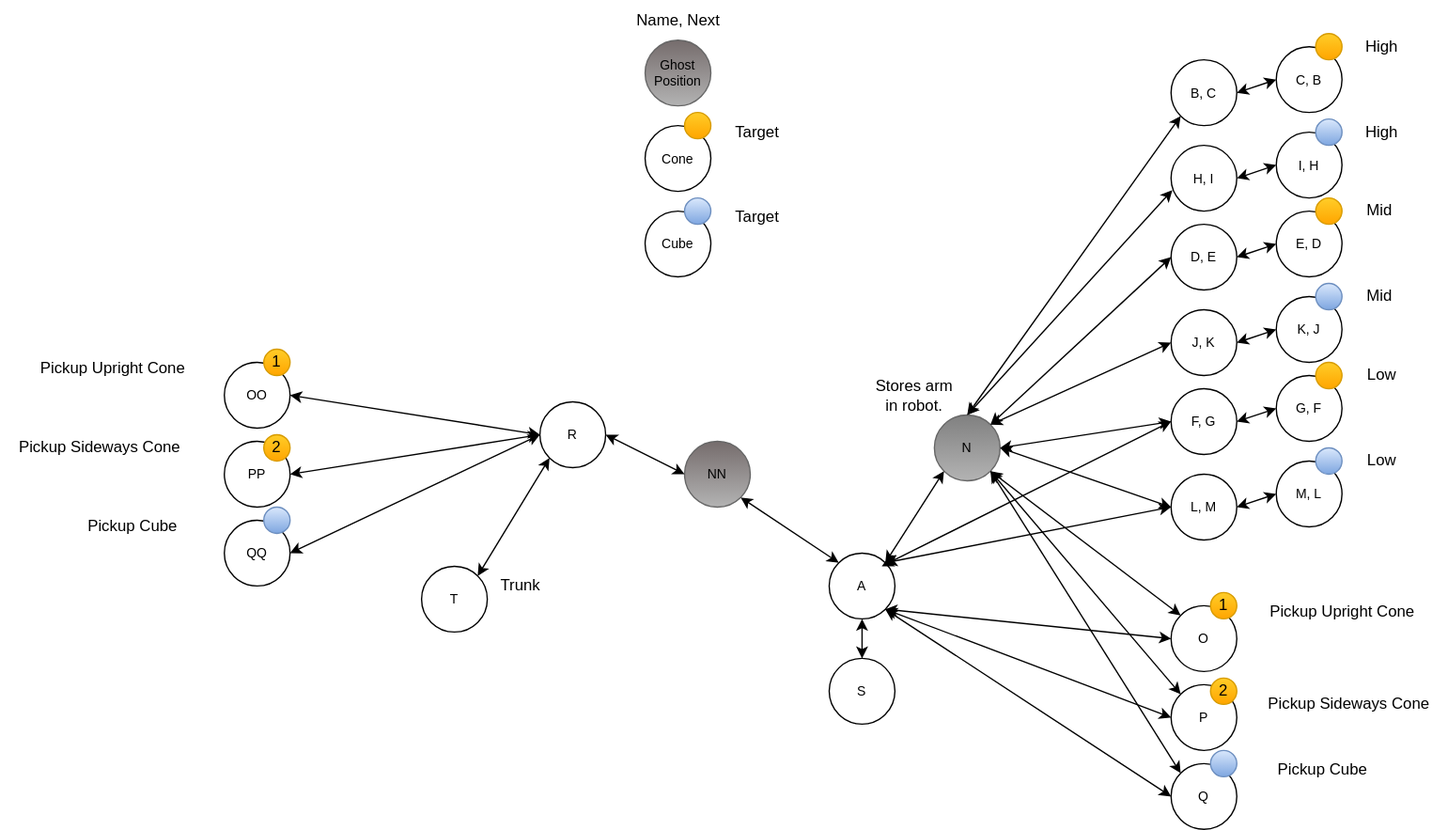
RossRambotics/2023-ChargedUp keeps this draw.io diagram as src/main/java/frc/robot/subsystems/Arm/arm.drawio.svg. Above is the earlier version. Source tidied: cells renumbered, new cells last; positions are measured from the earlier drawing's top-left corner, leaving out a move shared by most shapes.
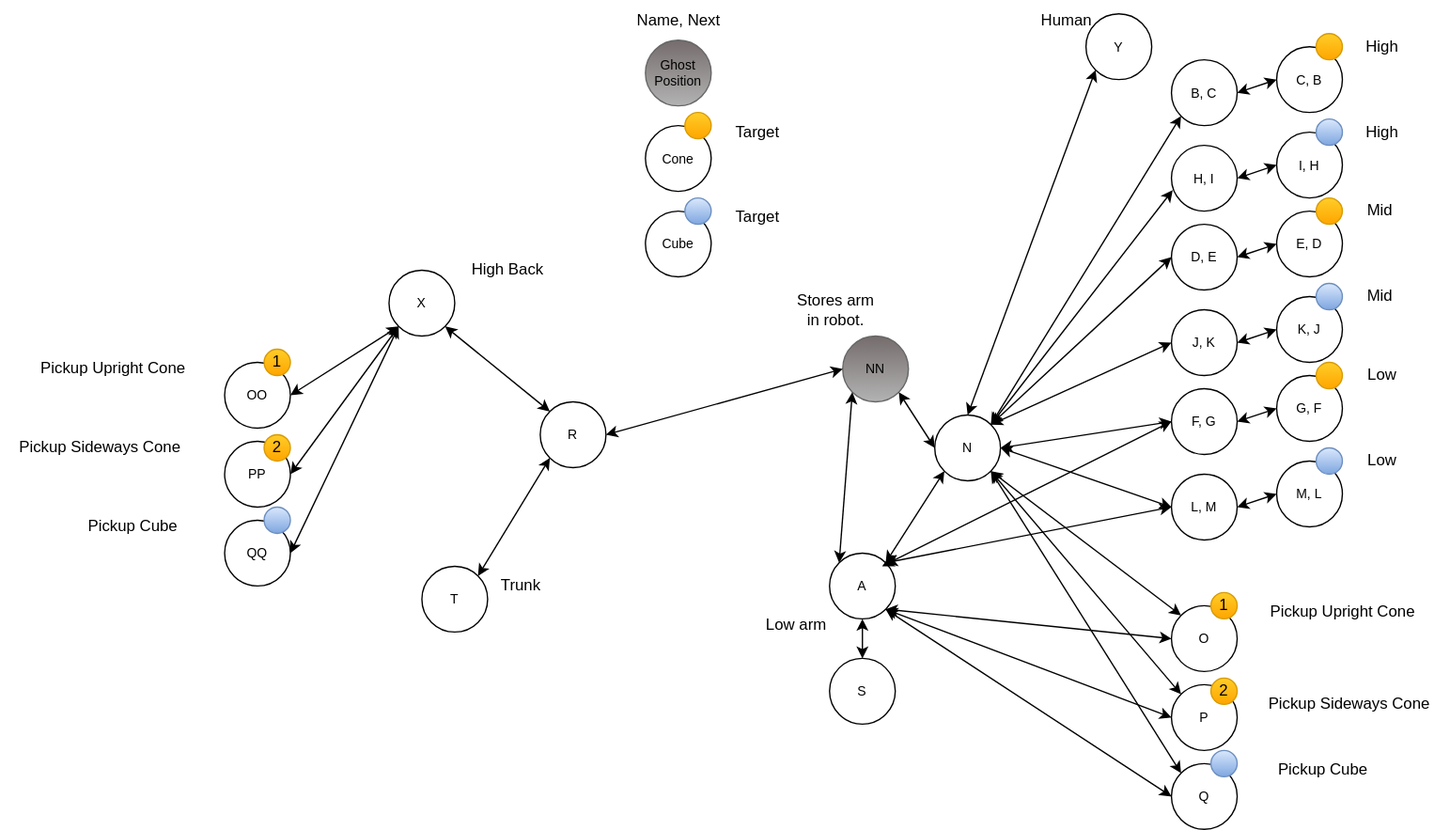
Above is the later version.

What changed in the source:
```diff
@@ -5,7 +5,7 @@
     <mxCell id="2" value="Name, Next&lt;br&gt;" style="text;html=1;align=center;verticalAlign=middle;strokeColor=none;fillColor=none;" parent="1" vertex="1">
       <mxGeometry x="470" width="90" height="30" as="geometry" />
     </mxCell>
-    <mxCell id="3" value="N" style="ellipse;whiteSpace=wrap;html=1;fontSize=10;fillColor=#808080;gradientColor=#b3b3b3;strokeColor=#666666;" parent="1" vertex="1">
+    <mxCell id="3" value="N" style="ellipse;whiteSpace=wrap;html=1;fontSize=10;" parent="1" vertex="1">
       <mxGeometry x="710" y="315" width="50" height="50" as="geometry" />
     </mxCell>
     <mxCell id="4" value="B, C" style="ellipse;whiteSpace=wrap;html=1;fontSize=10;" parent="1" vertex="1">
@@ -17,7 +17,7 @@
     <mxCell id="6" style="edgeStyle=none;html=1;exitX=0;exitY=0.5;exitDx=0;exitDy=0;entryX=1;entryY=0.5;entryDx=0;entryDy=0;fontSize=10;startArrow=classic;startFill=1;" parent="1" edge="1" source="5" target="4">
       <mxGeometry relative="1" as="geometry" />
     </mxCell>
-    <mxCell id="7" style="edgeStyle=none;html=1;exitX=0;exitY=1;exitDx=0;exitDy=0;entryX=0.5;entryY=0;entryDx=0;entryDy=0;fontSize=10;startArrow=classic;startFill=1;" parent="1" edge="1" source="4" target="3">
+    <mxCell id="7" style="edgeStyle=none;html=1;exitX=0;exitY=1;exitDx=0;exitDy=0;fontSize=10;startArrow=classic;startFill=1;entryX=1;entryY=0;entryDx=0;entryDy=0;" parent="1" edge="1" source="4" target="3">
       <mxGeometry relative="1" as="geometry" />
     </mxCell>
     <mxCell id="8" style="ellipse;whiteSpace=wrap;html=1;fillColor=#ffcd28;gradientColor=#ffa500;strokeColor=#d79b00;" parent="1" vertex="1">
@@ -56,12 +56,9 @@
     <mxCell id="19" value="Low" style="text;html=1;align=center;verticalAlign=middle;strokeColor=none;fillColor=none;" parent="1" vertex="1">
       <mxGeometry x="1025" y="270" width="50" height="30" as="geometry" />
     </mxCell>
-    <mxCell id="20" style="edgeStyle=none;html=1;exitX=0;exitY=0.5;exitDx=0;exitDy=0;entryX=1;entryY=0;entryDx=0;entryDy=0;fontSize=10;startArrow=classic;startFill=1;" parent="1" edge="1" source="9" target="3">
+    <mxCell id="20" style="edgeStyle=none;html=1;exitX=0;exitY=0.5;exitDx=0;exitDy=0;fontSize=10;startArrow=classic;startFill=1;entryX=1;entryY=0;entryDx=0;entryDy=0;" parent="1" edge="1" source="9" target="3">
       <mxGeometry relative="1" as="geometry" />
     </mxCell>
-    <mxCell id="21" style="edgeStyle=none;html=1;exitX=0;exitY=0.5;exitDx=0;exitDy=0;entryX=1;entryY=0.5;entryDx=0;entryDy=0;fontSize=10;startArrow=classic;startFill=1;" parent="1" edge="1" source="14" target="3">
-      <mxGeometry relative="1" as="geometry" />
-    </mxCell>
     <mxCell id="22" value="H, I" style="ellipse;whiteSpace=wrap;html=1;fontSize=10;" parent="1" vertex="1">
       <mxGeometry x="890" y="110" width="50" height="50" as="geometry" />
     </mxCell>
@@ -107,9 +104,6 @@
     <mxCell id="36" value="Low" style="text;html=1;align=center;verticalAlign=middle;strokeColor=none;fillColor=none;" parent="1" vertex="1">
       <mxGeometry x="1025" y="335" width="50" height="30" as="geometry" />
     </mxCell>
-    <mxCell id="37" style="edgeStyle=none;html=1;exitX=0.02;exitY=0.68;exitDx=0;exitDy=0;entryX=0.5;entryY=0;entryDx=0;entryDy=0;fontSize=10;startArrow=classic;startFill=1;exitPerimeter=0;" parent="1" edge="1" source="22" target="3">
-      <mxGeometry relative="1" as="geometry" />
-    </mxCell>
     <mxCell id="38" style="edgeStyle=none;html=1;exitX=0;exitY=0.5;exitDx=0;exitDy=0;entryX=1;entryY=0;entryDx=0;entryDy=0;fontSize=10;startArrow=classic;startFill=1;" parent="1" edge="1" source="26" target="3">
       <mxGeometry relative="1" as="geometry" />
     </mxCell>
@@ -218,22 +212,22 @@
     <mxCell id="73" value="T" style="ellipse;whiteSpace=wrap;html=1;fontSize=10;" parent="1" vertex="1">
       <mxGeometry x="320" y="430" width="50" height="50" as="geometry" />
     </mxCell>
-    <mxCell id="74" style="edgeStyle=none;html=1;exitX=0;exitY=0.5;exitDx=0;exitDy=0;entryX=1;entryY=0.5;entryDx=0;entryDy=0;fontSize=10;startArrow=classic;startFill=1;" parent="1" edge="1" source="63" target="65">
+    <mxCell id="74" style="edgeStyle=none;html=1;exitX=0;exitY=1;exitDx=0;exitDy=0;entryX=1;entryY=0.5;entryDx=0;entryDy=0;fontSize=10;startArrow=classic;startFill=1;" parent="1" edge="1" source="89" target="65">
       <mxGeometry relative="1" as="geometry" />
     </mxCell>
-    <mxCell id="75" style="edgeStyle=none;html=1;exitX=0;exitY=0.5;exitDx=0;exitDy=0;entryX=1;entryY=0.5;entryDx=0;entryDy=0;fontSize=10;startArrow=classic;startFill=1;" parent="1" edge="1" source="63" target="66">
+    <mxCell id="75" style="edgeStyle=none;html=1;exitX=0;exitY=1;exitDx=0;exitDy=0;entryX=1;entryY=0.5;entryDx=0;entryDy=0;fontSize=10;startArrow=classic;startFill=1;" parent="1" edge="1" source="89" target="66">
       <mxGeometry relative="1" as="geometry" />
     </mxCell>
     <mxCell id="76" style="edgeStyle=none;html=1;exitX=0;exitY=1;exitDx=0;exitDy=0;entryX=1;entryY=0;entryDx=0;entryDy=0;fontSize=10;startArrow=classic;startFill=1;" parent="1" edge="1" source="63" target="73">
       <mxGeometry relative="1" as="geometry" />
     </mxCell>
-    <mxCell id="77" style="edgeStyle=none;html=1;exitX=0;exitY=0.5;exitDx=0;exitDy=0;entryX=1;entryY=0.5;entryDx=0;entryDy=0;fontSize=10;startArrow=classic;startFill=1;" parent="1" edge="1" source="63" target="64">
+    <mxCell id="77" style="edgeStyle=none;html=1;exitX=0;exitY=1;exitDx=0;exitDy=0;entryX=1;entryY=0.5;entryDx=0;entryDy=0;fontSize=10;startArrow=classic;startFill=1;" parent="1" edge="1" source="89" target="64">
       <mxGeometry relative="1" as="geometry" />
     </mxCell>
     <mxCell id="78" value="NN" style="ellipse;whiteSpace=wrap;html=1;fontSize=10;fillColor=#756c6c;gradientColor=#b3b3b3;strokeColor=#666666;" parent="1" vertex="1">
-      <mxGeometry x="520" y="335" width="50" height="50" as="geometry" />
+      <mxGeometry x="640" y="255" width="50" height="50" as="geometry" />
     </mxCell>
-    <mxCell id="79" style="edgeStyle=none;html=1;exitX=1;exitY=1;exitDx=0;exitDy=0;entryX=0;entryY=0;entryDx=0;entryDy=0;fontSize=10;startArrow=classic;startFill=1;" parent="1" edge="1" source="78" target="40">
+    <mxCell id="79" style="edgeStyle=none;html=1;exitX=0;exitY=1;exitDx=0;exitDy=0;entryX=0;entryY=0;entryDx=0;entryDy=0;fontSize=10;startArrow=classic;startFill=1;" parent="1" edge="1" source="78" target="40">
       <mxGeometry relative="1" as="geometry" />
     </mxCell>
     <mxCell id="80" style="edgeStyle=none;html=1;exitX=1;exitY=0.5;exitDx=0;exitDy=0;fontSize=10;startArrow=classic;startFill=1;entryX=0;entryY=0.5;entryDx=0;entryDy=0;" parent="1" edge="1" source="63" target="78">
@@ -243,7 +237,7 @@
       <mxGeometry x="370" y="430" width="50" height="30" as="geometry" />
     </mxCell>
     <mxCell id="82" value="Stores arm in robot." style="text;strokeColor=none;align=center;fillColor=none;html=1;verticalAlign=middle;whiteSpace=wrap;rounded=0;" parent="1" vertex="1">
-      <mxGeometry x="660" y="285" width="70" height="30" as="geometry" />
+      <mxGeometry x="600" y="220" width="70" height="30" as="geometry" />
     </mxCell>
     <mxCell id="83" style="edgeStyle=none;html=1;exitX=0;exitY=0;exitDx=0;exitDy=0;fontSize=10;startArrow=classic;startFill=1;entryX=1;entryY=1;entryDx=0;entryDy=0;" parent="1" edge="1" source="54" target="3">
       <mxGeometry relative="1" as="geometry" />
@@ -262,5 +256,35 @@
     <mxCell id="87" style="edgeStyle=none;html=1;exitX=0;exitY=0.5;exitDx=0;exitDy=0;fontSize=10;startArrow=classic;startFill=1;entryX=1;entryY=0;entryDx=0;entryDy=0;" parent="1" edge="1" source="31" target="40">
       <mxGeometry relative="1" as="geometry" />
     </mxCell>
+    <mxCell id="37" style="edgeStyle=none;html=1;exitX=0.02;exitY=0.68;exitDx=0;exitDy=0;fontSize=10;startArrow=classic;startFill=1;exitPerimeter=0;endArrow=classic;endFill=1;entryX=1;entryY=0;entryDx=0;entryDy=0;" parent="1" edge="1" source="22" target="3">
+      <mxGeometry relative="1" as="geometry" />
+    </mxCell>
+    <mxCell id="88" value="Low arm" style="text;strokeColor=none;align=center;fillColor=none;html=1;verticalAlign=middle;whiteSpace=wrap;rounded=0;" parent="1" vertex="1">
+      <mxGeometry x="570" y="460" width="70" height="30" as="geometry" />
+    </mxCell>
+    <mxCell id="21" style="edgeStyle=none;html=1;exitX=0;exitY=0.5;exitDx=0;exitDy=0;entryX=1;entryY=0.5;entryDx=0;entryDy=0;fontSize=10;startArrow=classic;startFill=1;" parent="1" edge="1" source="14" target="3">
+      <mxGeometry relative="1" as="geometry" />
+    </mxCell>
+    <mxCell id="89" value="X" style="ellipse;whiteSpace=wrap;html=1;fontSize=10;" parent="1" vertex="1">
+      <mxGeometry x="295" y="205" width="50" height="50" as="geometry" />
+    </mxCell>
+    <mxCell id="90" style="edgeStyle=none;html=1;exitX=0;exitY=0;exitDx=0;exitDy=0;entryX=1;entryY=1;entryDx=0;entryDy=0;fontSize=10;startArrow=classic;startFill=1;" parent="1" edge="1" source="63" target="89">
+      <mxGeometry relative="1" as="geometry" />
+    </mxCell>
+    <mxCell id="91" value="High Back" style="text;html=1;align=center;verticalAlign=middle;strokeColor=none;fillColor=none;" parent="1" vertex="1">
+      <mxGeometry x="345" y="190" width="80" height="30" as="geometry" />
+    </mxCell>
+    <mxCell id="92" value="Y" style="ellipse;whiteSpace=wrap;html=1;fontSize=10;" parent="1" vertex="1">
+      <mxGeometry x="825" y="10" width="50" height="50" as="geometry" />
+    </mxCell>
+    <mxCell id="93" style="edgeStyle=none;html=1;exitX=0;exitY=1;exitDx=0;exitDy=0;fontSize=10;startArrow=classic;startFill=1;entryX=0.5;entryY=0;entryDx=0;entryDy=0;" parent="1" edge="1" source="92" target="3">
+      <mxGeometry relative="1" as="geometry" />
+    </mxCell>
+    <mxCell id="94" value="Human" style="text;html=1;align=center;verticalAlign=middle;strokeColor=none;fillColor=none;" parent="1" vertex="1">
+      <mxGeometry x="780" width="60" height="30" as="geometry" />
+    </mxCell>
+    <mxCell id="95" style="edgeStyle=none;html=1;exitX=1;exitY=1;exitDx=0;exitDy=0;fontSize=10;startArrow=classic;startFill=1;entryX=0;entryY=0.5;entryDx=0;entryDy=0;" parent="1" edge="1" source="78" target="3">
+      <mxGeometry relative="1" as="geometry" />
+    </mxCell>
   </root>
 </mxGraphModel>
```
